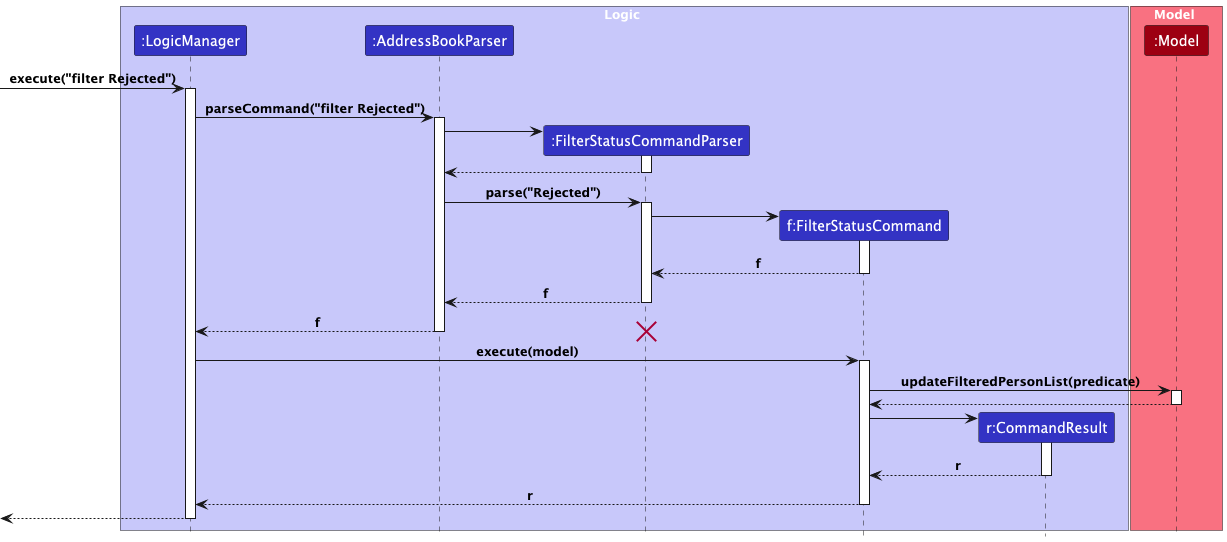
This is docs/images/FilterStatusCommandSequenceDiagram.png from nus-cs2103-AY2425S1/tp, a PlantUML export, as it was before one commit.
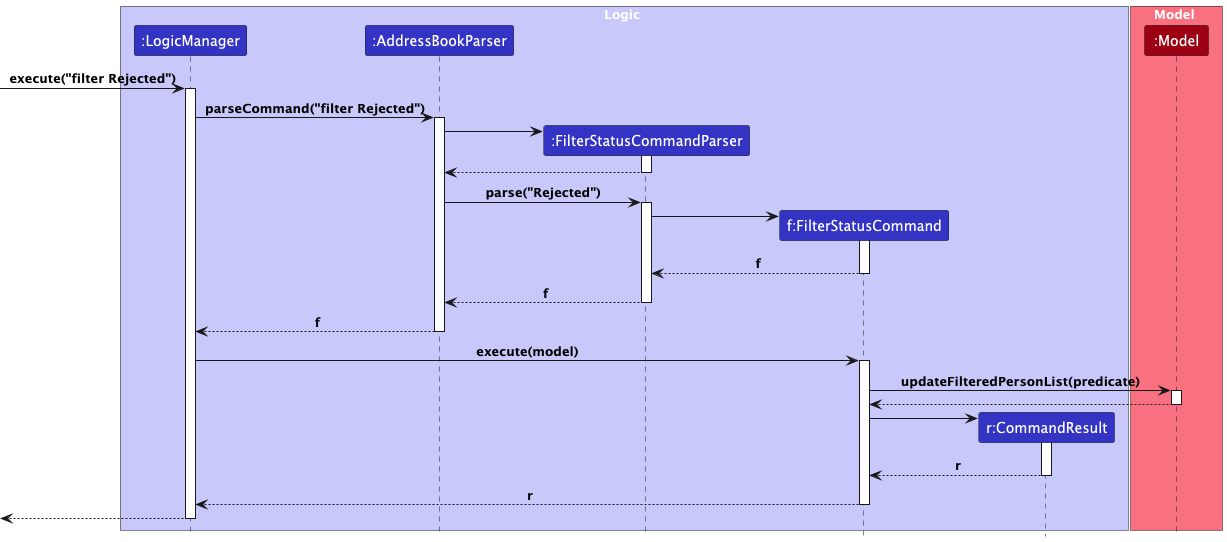
The same file after the commit.

Diff of the diagram source:
```diff
@@ -25,7 +25,6 @@
 return f
 return f
 return f
-destroy FSCP
 LM -> FSC ++ : execute(model)
 FSC -> Model ++ : updateFilteredPersonList(predicate)
 return
```
